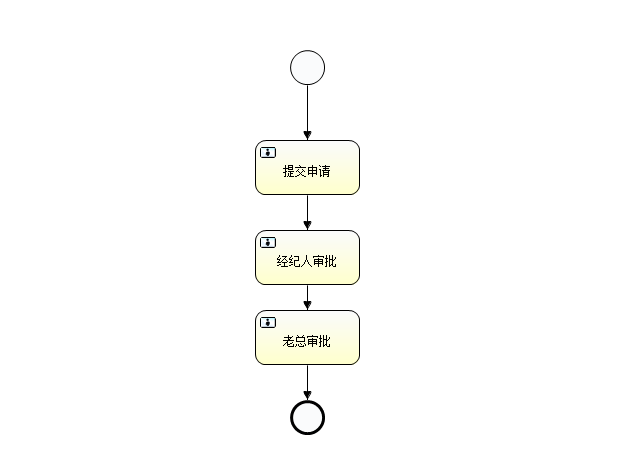
Before: src/main/resources/deployments/leave.png, a diagram exported from BPMN (yuhang123wo/website). Its source is kept beside it as src/main/resources/deployments/leave.bpmn. Ids are renumbered. The source it was exported from:
```xml
<definitions xmlns="http://www.omg.org/spec/BPMN/20100524/MODEL" xmlns:xsi="http://www.w3.org/2001/XMLSchema-instance" xmlns:xsd="http://www.w3.org/2001/XMLSchema" xmlns:activiti="http://activiti.org/bpmn" xmlns:bpmndi="http://www.omg.org/spec/BPMN/20100524/DI" xmlns:omgdc="http://www.omg.org/spec/DD/20100524/DC" xmlns:omgdi="http://www.omg.org/spec/DD/20100524/DI" typeLanguage="http://www.w3.org/2001/XMLSchema" expressionLanguage="http://www.w3.org/1999/XPath" targetNamespace="http://www.activiti.org/test">
  <process id="LeaveBill" name="LeaveBillProcess" isExecutable="true">
    <startEvent id="startevent1" name="Start"></startEvent>
    <userTask id="usertask1" name="提交申请" activiti:assignee="inputUser" activiti:formKey="workflowAction_audit.action"></userTask>
    <sequenceFlow id="flow1" sourceRef="startevent1" targetRef="usertask1"></sequenceFlow>
    <userTask id="usertask2" name="经纪人审批" activiti:formKey="workflowAction_audit.action">
      <extensionElements>
        <activiti:taskListener event="create" class="cn.itcast.ssh.utils.MangerTaskHandlerCandidateUsers"></activiti:taskListener>
      </extensionElements>
    </userTask>
    <sequenceFlow id="flow2" sourceRef="usertask1" targetRef="usertask2"></sequenceFlow>
    <userTask id="usertask3" name="老总审批" activiti:assignee="王中军" activiti:formKey="workflowAction_audit.action"></userTask>
    <sequenceFlow id="flow3" sourceRef="usertask2" targetRef="usertask3"></sequenceFlow>
    <endEvent id="endevent1" name="End"></endEvent>
    <sequenceFlow id="flow4" sourceRef="usertask3" targetRef="endevent1"></sequenceFlow>
  </process>
  <bpmndi:BPMNDiagram id="BPMNDiagram_LeaveBill">
    <bpmndi:BPMNPlane bpmnElement="LeaveBill" id="BPMNPlane_LeaveBill">
      <bpmndi:BPMNShape bpmnElement="startevent1" id="BPMNShape_startevent1">
        <omgdc:Bounds height="35.0" width="35.0" x="290.0" y="50.0"></omgdc:Bounds>
      </bpmndi:BPMNShape>
      <bpmndi:BPMNShape bpmnElement="usertask1" id="BPMNShape_usertask1">
        <omgdc:Bounds height="55.0" width="105.0" x="255.0" y="140.0"></omgdc:Bounds>
      </bpmndi:BPMNShape>
      <bpmndi:BPMNShape bpmnElement="usertask2" id="BPMNShape_usertask2">
        <omgdc:Bounds height="55.0" width="105.0" x="255.0" y="230.0"></omgdc:Bounds>
      </bpmndi:BPMNShape>
      <bpmndi:BPMNShape bpmnElement="usertask3" id="BPMNShape_usertask3">
        <omgdc:Bounds height="55.0" width="105.0" x="255.0" y="310.0"></omgdc:Bounds>
      </bpmndi:BPMNShape>
      <bpmndi:BPMNShape bpmnElement="endevent1" id="BPMNShape_endevent1">
        <omgdc:Bounds height="35.0" width="35.0" x="290.0" y="400.0"></omgdc:Bounds>
      </bpmndi:BPMNShape>
      <bpmndi:BPMNEdge bpmnElement="flow1" id="BPMNEdge_flow1">
        <omgdi:waypoint x="307.0" y="85.0"></omgdi:waypoint>
        <omgdi:waypoint x="307.0" y="140.0"></omgdi:waypoint>
      </bpmndi:BPMNEdge>
      <bpmndi:BPMNEdge bpmnElement="flow2" id="BPMNEdge_flow2">
        <omgdi:waypoint x="307.0" y="195.0"></omgdi:waypoint>
        <omgdi:waypoint x="307.0" y="230.0"></omgdi:waypoint>
      </bpmndi:BPMNEdge>
      <bpmndi:BPMNEdge bpmnElement="flow3" id="BPMNEdge_flow3">
        <omgdi:waypoint x="307.0" y="285.0"></omgdi:waypoint>
        <omgdi:waypoint x="307.0" y="310.0"></omgdi:waypoint>
      </bpmndi:BPMNEdge>
      <bpmndi:BPMNEdge bpmnElement="flow4" id="BPMNEdge_flow4">
        <omgdi:waypoint x="307.0" y="365.0"></omgdi:waypoint>
        <omgdi:waypoint x="307.0" y="400.0"></omgdi:waypoint>
      </bpmndi:BPMNEdge>
    </bpmndi:BPMNPlane>
  </bpmndi:BPMNDiagram>
</definitions>
```
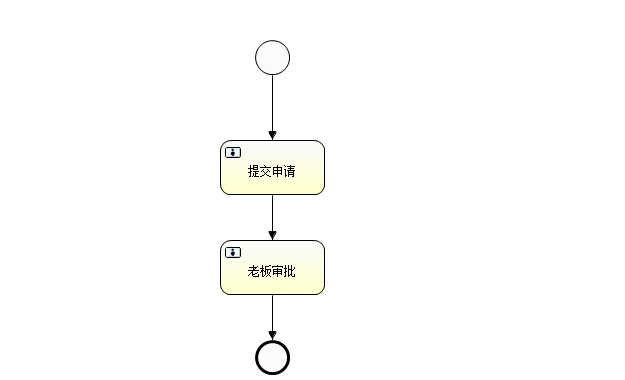
The same file after the commit.

Diff of the diagram source:
```diff
@@ -1,51 +1,38 @@
 <definitions xmlns="http://www.omg.org/spec/BPMN/20100524/MODEL" xmlns:xsi="http://www.w3.org/2001/XMLSchema-instance" xmlns:xsd="http://www.w3.org/2001/XMLSchema" xmlns:activiti="http://activiti.org/bpmn" xmlns:bpmndi="http://www.omg.org/spec/BPMN/20100524/DI" xmlns:omgdc="http://www.omg.org/spec/DD/20100524/DC" xmlns:omgdi="http://www.omg.org/spec/DD/20100524/DI" typeLanguage="http://www.w3.org/2001/XMLSchema" expressionLanguage="http://www.w3.org/1999/XPath" targetNamespace="http://www.activiti.org/test">
-  <process id="LeaveBill" name="LeaveBillProcess" isExecutable="true">
-    <startEvent id="startevent1" name="Start"></startEvent>
-    <userTask id="usertask1" name="提交申请" activiti:assignee="inputUser" activiti:formKey="workflowAction_audit.action"></userTask>
-    <sequenceFlow id="flow1" sourceRef="startevent1" targetRef="usertask1"></sequenceFlow>
-    <userTask id="usertask2" name="经纪人审批" activiti:formKey="workflowAction_audit.action">
-      <extensionElements>
-        <activiti:taskListener event="create" class="cn.itcast.ssh.utils.MangerTaskHandlerCandidateUsers"></activiti:taskListener>
-      </extensionElements>
-    </userTask>
+  <process id="myProcess" name="My process" isExecutable="true">
+    <startEvent id="leave" name="leaveProcess"></startEvent>
+    <userTask id="usertask1" name="提交申请"></userTask>
+    <userTask id="usertask2" name="老板审批"></userTask>
+    <endEvent id="endevent1" name="结束"></endEvent>
+    <sequenceFlow id="flow1" sourceRef="leave" targetRef="usertask1"></sequenceFlow>
     <sequenceFlow id="flow2" sourceRef="usertask1" targetRef="usertask2"></sequenceFlow>
-    <userTask id="usertask3" name="老总审批" activiti:assignee="王中军" activiti:formKey="workflowAction_audit.action"></userTask>
-    <sequenceFlow id="flow3" sourceRef="usertask2" targetRef="usertask3"></sequenceFlow>
-    <endEvent id="endevent1" name="End"></endEvent>
-    <sequenceFlow id="flow4" sourceRef="usertask3" targetRef="endevent1"></sequenceFlow>
+    <sequenceFlow id="flow3" sourceRef="usertask2" targetRef="endevent1"></sequenceFlow>
   </process>
-  <bpmndi:BPMNDiagram id="BPMNDiagram_LeaveBill">
-    <bpmndi:BPMNPlane bpmnElement="LeaveBill" id="BPMNPlane_LeaveBill">
-      <bpmndi:BPMNShape bpmnElement="startevent1" id="BPMNShape_startevent1">
-        <omgdc:Bounds height="35.0" width="35.0" x="290.0" y="50.0"></omgdc:Bounds>
+  <bpmndi:BPMNDiagram id="BPMNDiagram_myProcess">
+    <bpmndi:BPMNPlane bpmnElement="myProcess" id="BPMNPlane_myProcess">
+      <bpmndi:BPMNShape bpmnElement="leave" id="BPMNShape_leave">
+        <omgdc:Bounds height="35.0" width="35.0" x="255.0" y="40.0"></omgdc:Bounds>
       </bpmndi:BPMNShape>
       <bpmndi:BPMNShape bpmnElement="usertask1" id="BPMNShape_usertask1">
-        <omgdc:Bounds height="55.0" width="105.0" x="255.0" y="140.0"></omgdc:Bounds>
+        <omgdc:Bounds height="55.0" width="105.0" x="220.0" y="140.0"></omgdc:Bounds>
       </bpmndi:BPMNShape>
       <bpmndi:BPMNShape bpmnElement="usertask2" id="BPMNShape_usertask2">
-        <omgdc:Bounds height="55.0" width="105.0" x="255.0" y="230.0"></omgdc:Bounds>
-      </bpmndi:BPMNShape>
-      <bpmndi:BPMNShape bpmnElement="usertask3" id="BPMNShape_usertask3">
-        <omgdc:Bounds height="55.0" width="105.0" x="255.0" y="310.0"></omgdc:Bounds>
+        <omgdc:Bounds height="55.0" width="105.0" x="220.0" y="240.0"></omgdc:Bounds>
       </bpmndi:BPMNShape>
       <bpmndi:BPMNShape bpmnElement="endevent1" id="BPMNShape_endevent1">
-        <omgdc:Bounds height="35.0" width="35.0" x="290.0" y="400.0"></omgdc:Bounds>
+        <omgdc:Bounds height="35.0" width="35.0" x="255.0" y="340.0"></omgdc:Bounds>
       </bpmndi:BPMNShape>
       <bpmndi:BPMNEdge bpmnElement="flow1" id="BPMNEdge_flow1">
-        <omgdi:waypoint x="307.0" y="85.0"></omgdi:waypoint>
-        <omgdi:waypoint x="307.0" y="140.0"></omgdi:waypoint>
+        <omgdi:waypoint x="272.0" y="75.0"></omgdi:waypoint>
+        <omgdi:waypoint x="272.0" y="140.0"></omgdi:waypoint>
       </bpmndi:BPMNEdge>
       <bpmndi:BPMNEdge bpmnElement="flow2" id="BPMNEdge_flow2">
-        <omgdi:waypoint x="307.0" y="195.0"></omgdi:waypoint>
-        <omgdi:waypoint x="307.0" y="230.0"></omgdi:waypoint>
+        <omgdi:waypoint x="272.0" y="195.0"></omgdi:waypoint>
+        <omgdi:waypoint x="272.0" y="240.0"></omgdi:waypoint>
       </bpmndi:BPMNEdge>
       <bpmndi:BPMNEdge bpmnElement="flow3" id="BPMNEdge_flow3">
-        <omgdi:waypoint x="307.0" y="285.0"></omgdi:waypoint>
-        <omgdi:waypoint x="307.0" y="310.0"></omgdi:waypoint>
-      </bpmndi:BPMNEdge>
-      <bpmndi:BPMNEdge bpmnElement="flow4" id="BPMNEdge_flow4">
-        <omgdi:waypoint x="307.0" y="365.0"></omgdi:waypoint>
-        <omgdi:waypoint x="307.0" y="400.0"></omgdi:waypoint>
+        <omgdi:waypoint x="272.0" y="295.0"></omgdi:waypoint>
+        <omgdi:waypoint x="272.0" y="340.0"></omgdi:waypoint>
       </bpmndi:BPMNEdge>
     </bpmndi:BPMNPlane>
   </bpmndi:BPMNDiagram>
```
